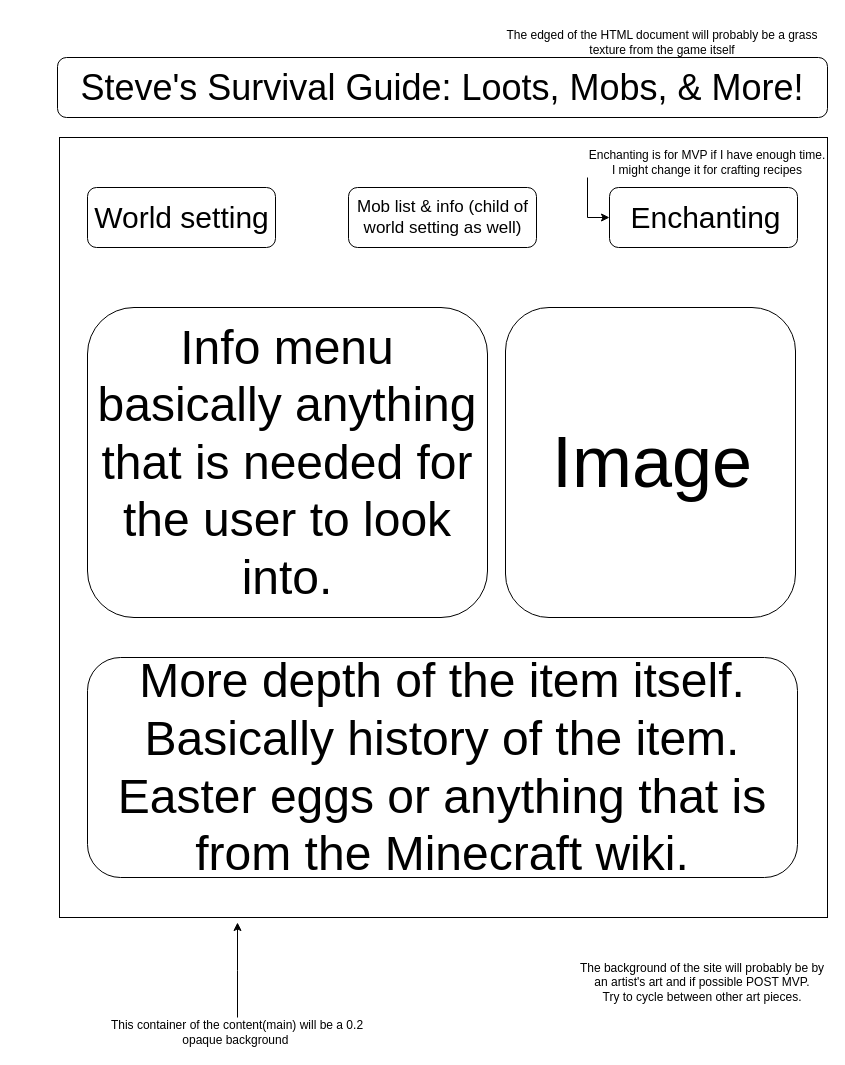
PedroCr05/Steves-Survival-Guide-Loots-Mobs-More keeps this draw.io diagram as assets/wireFrame/Steves-Survival-Guide-Loots-Mobs-More.drawio. Above is the earlier version. Source tidied: cells renumbered, new cells numbered last; positions are measured from the earlier drawing's top-left corner, leaving out a move shared by most shapes. Both pictures are drawn from the tidied source at 100%, with x=0, y=0 at pixel (57, 27).
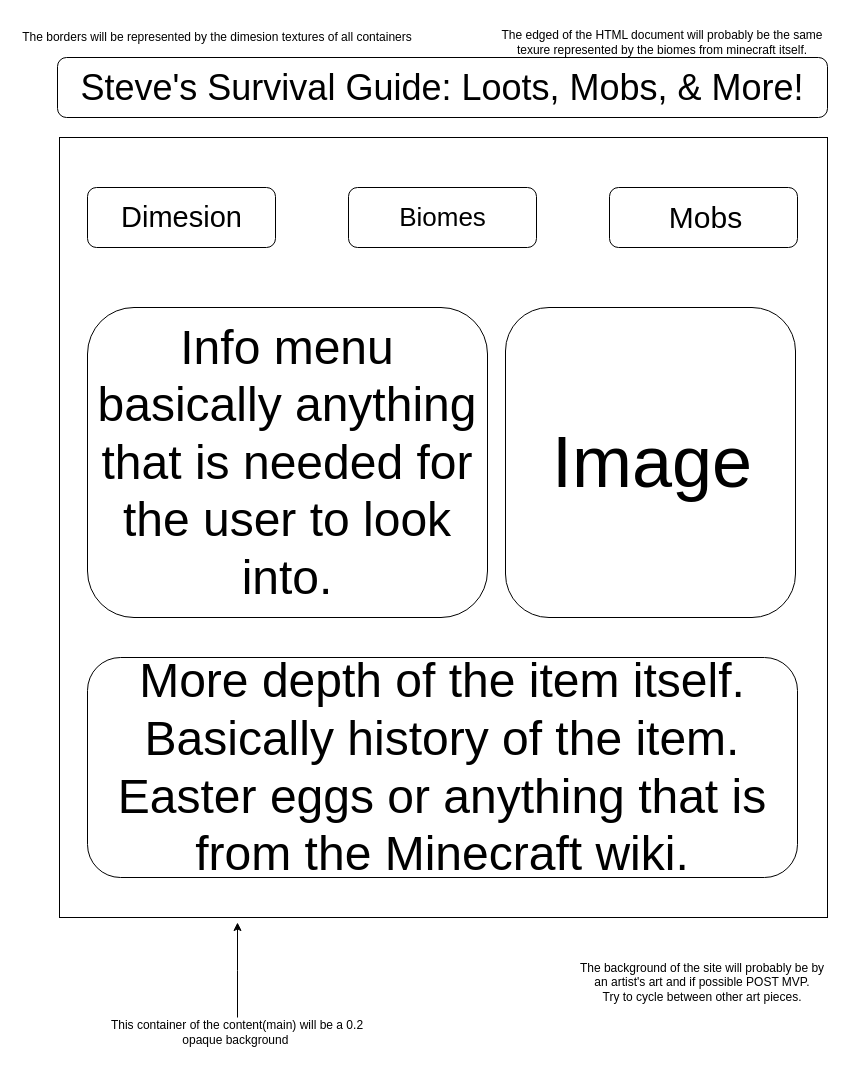
The same page after the edit.

Commit message (it also covers changes not shown here):
Project had shifted slightly, but made an ERD & fixed up the Read ME.

Unchanged cells that the change refers to:
```xml
<mxCell id="4" style="rounded=1;whiteSpace=wrap;html=1;" parent="1" vertex="1">
  <mxGeometry x="552" y="160" width="188" height="60" as="geometry" />
</mxCell>
```

Change to the diagram source:
```diff
@@
-    <mxCell id="11" value="&lt;span style=&quot;font-size: 30px;&quot;&gt;World setting&lt;/span&gt;" style="text;html=1;align=center;verticalAlign=middle;whiteSpace=wrap;rounded=0;" parent="1" vertex="1">
+    <mxCell id="11" value="&lt;font style=&quot;font-size: 29px;&quot;&gt;Dimesion&lt;/font&gt;" style="text;html=1;align=center;verticalAlign=middle;whiteSpace=wrap;rounded=0;" parent="1" vertex="1">
       <mxGeometry x="34.5" y="162.5" width="179" height="55" as="geometry" />
     </mxCell>
-    <mxCell id="12" value="&lt;font style=&quot;font-size: 17px;&quot;&gt;Mob list &amp;amp; info (child of world setting as well)&lt;/font&gt;" style="text;html=1;align=center;verticalAlign=middle;whiteSpace=wrap;rounded=0;" parent="1" vertex="1">
+    <mxCell id="12" value="&lt;font style=&quot;font-size: 26px;&quot;&gt;Biomes&lt;br&gt;&lt;/font&gt;" style="text;html=1;align=center;verticalAlign=middle;whiteSpace=wrap;rounded=0;" parent="1" vertex="1">
       <mxGeometry x="295.5" y="162.5" width="179" height="55" as="geometry" />
     </mxCell>
-    <mxCell id="13" value="&lt;span style=&quot;font-size: 30px;&quot;&gt;Enchanting&lt;/span&gt;" style="text;html=1;align=center;verticalAlign=middle;whiteSpace=wrap;rounded=0;" parent="1" vertex="1">
+    <mxCell id="13" value="&lt;span style=&quot;font-size: 30px;&quot;&gt;Mobs&lt;/span&gt;" style="text;html=1;align=center;verticalAlign=middle;whiteSpace=wrap;rounded=0;" parent="1" vertex="1">
       <mxGeometry x="559" y="162.5" width="179" height="55" as="geometry" />
     </mxCell>
-    <mxCell id="14" style="edgeStyle=orthogonalEdgeStyle;rounded=0;jettySize=auto;html=1;entryX=0;entryY=0.5;entryDx=0;entryDy=0;" parent="1" edge="1" source="15" target="4">
-      <mxGeometry relative="1" as="geometry">
-        <Array as="points">
-          <mxPoint x="530" y="190" />
-        </Array>
-      </mxGeometry>
-    </mxCell>
-    <mxCell id="15" value="Enchanting is for MVP if I have enough time. I might change it for crafting recipes" style="text;html=1;align=center;verticalAlign=middle;whiteSpace=wrap;rounded=0;" parent="1" vertex="1">
-      <mxGeometry x="530" y="120" width="240" height="30" as="geometry" />
-    </mxCell>
@@
-    <mxCell id="21" value="The edged of the HTML document will probably be a grass texture from the game itself" style="text;html=1;align=center;verticalAlign=middle;whiteSpace=wrap;rounded=0;" parent="1" vertex="1">
+    <mxCell id="21" value="The edged of the HTML document will probably be the same texure represented by the biomes from minecraft itself." style="text;html=1;align=center;verticalAlign=middle;whiteSpace=wrap;rounded=0;" parent="1" vertex="1">
       <mxGeometry x="440" width="330" height="30" as="geometry" />
     </mxCell>
@@
+    <mxCell id="23" value="&lt;font style=&quot;font-size: 12px;&quot;&gt;The borders will be represented by the dimesion textures of all containers&lt;/font&gt;" style="text;html=1;strokeColor=none;fillColor=none;align=center;verticalAlign=middle;whiteSpace=wrap;rounded=0;fontSize=26;" parent="1" vertex="1">
+      <mxGeometry x="-40" y="-10" width="400" height="30" as="geometry" />
+    </mxCell>
```
